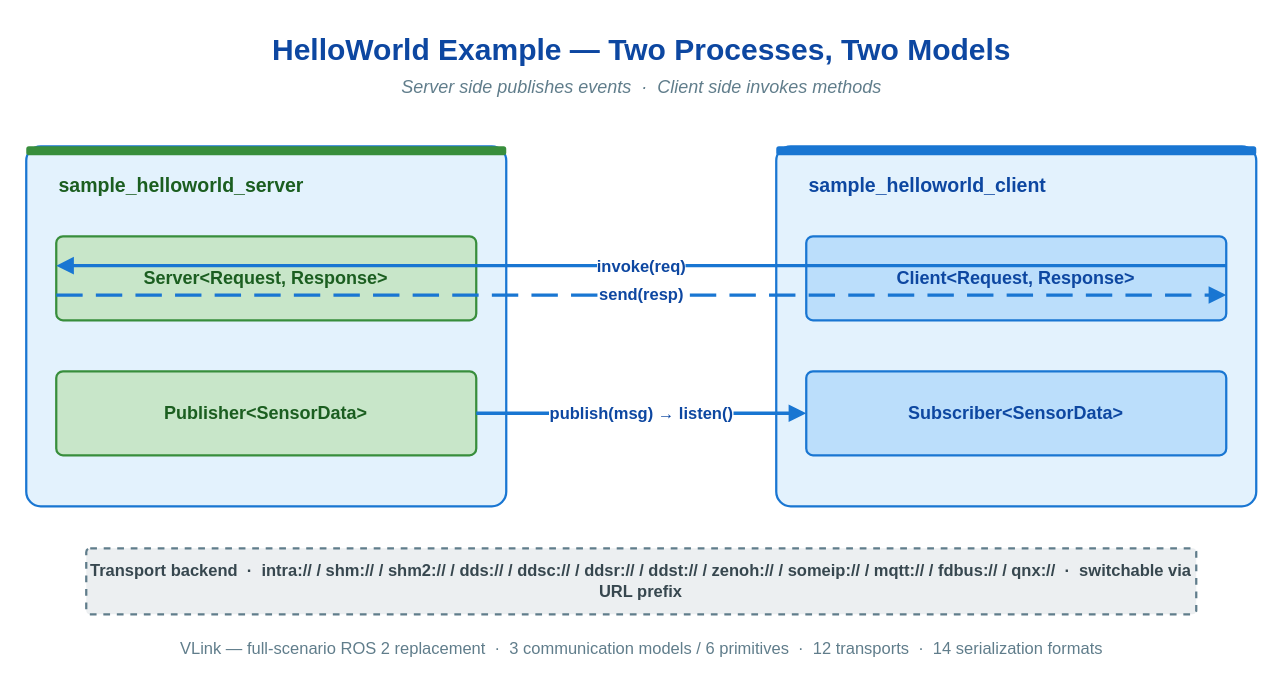
Earlier version of the draw.io diagram doc/images/helloworld-example-flow.drawio (thun-res/vlink). Source tidied: cells renumbered, new cells numbered last; positions are measured from the earlier drawing's top-left corner, leaving out a move shared by most shapes. Both pictures are drawn from the tidied source at 150%, with x=0, y=0 at pixel (26, 26).
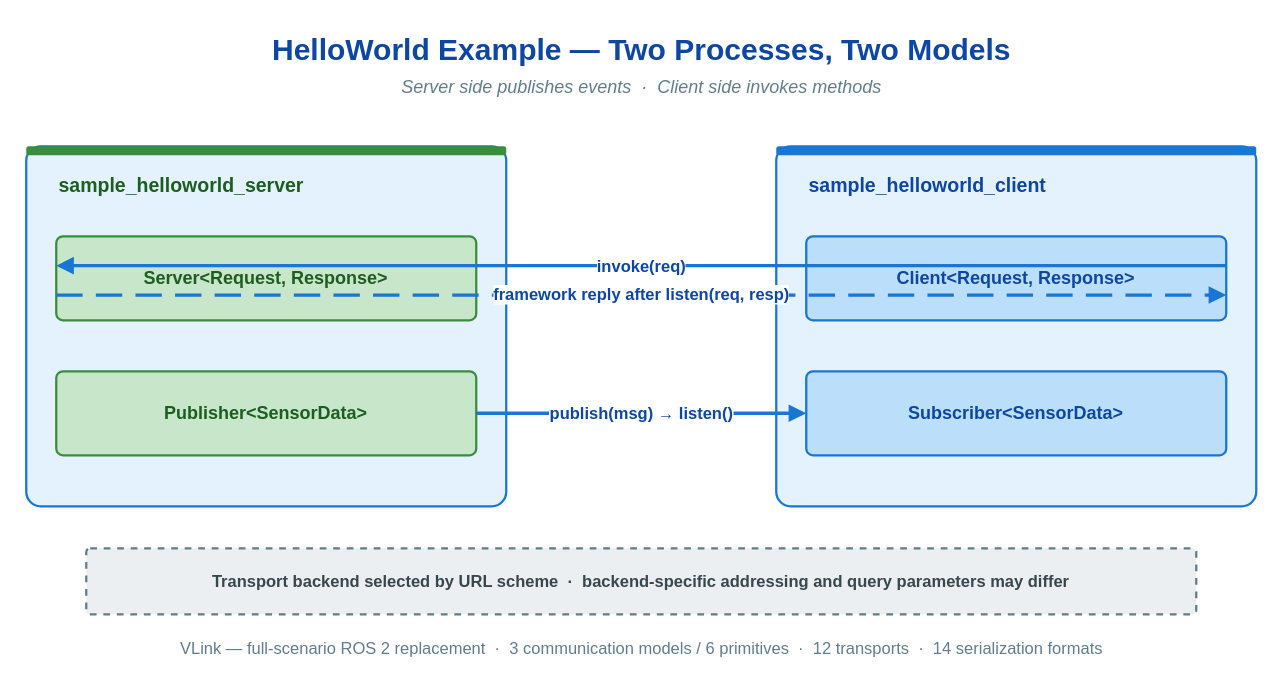
The same diagram, later.

Change to the diagram source:
```diff
@@
 <mxGraphModel>
   <root>
     <mxCell id="0" />
     <mxCell id="1" parent="0" />
     <mxCell id="2" value="HelloWorld Example — Two Processes, Two Models" style="text;html=1;align=center;verticalAlign=middle;strokeColor=none;fillColor=none;fontFamily=Helvetica;fontSize=20;fontStyle=1;fontColor=#0d47a1;rounded=1;shadow=0;" parent="1" vertex="1">
       <mxGeometry width="820" height="30" as="geometry" />
     </mxCell>
     <mxCell id="3" value="Server side publishes events  ·  Client side invokes methods" style="text;html=1;align=center;verticalAlign=middle;strokeColor=none;fillColor=none;fontFamily=Helvetica;fontSize=12;fontStyle=2;fontColor=#607d8b;rounded=1;shadow=0;" parent="1" vertex="1">
       <mxGeometry y="30" width="820" height="22" as="geometry" />
     </mxCell>
     <mxCell id="4" style="rounded=1;whiteSpace=wrap;html=1;fillColor=#e3f2fd;strokeColor=#1976d2;strokeWidth=1.5;arcSize=4;fontFamily=Helvetica;shadow=0;" parent="1" vertex="1">
       <mxGeometry y="80" width="320" height="240" as="geometry" />
     </mxCell>
     <mxCell id="5" style="rounded=1;whiteSpace=wrap;html=1;fillColor=#388e3c;strokeColor=none;arcSize=30;fontFamily=Helvetica;shadow=0;" parent="1" vertex="1">
       <mxGeometry y="80" width="320" height="6" as="geometry" />
     </mxCell>
     <mxCell id="6" value="sample_helloworld_server" style="text;html=1;align=left;verticalAlign=middle;strokeColor=none;fillColor=none;fontFamily=Helvetica;fontSize=13;fontStyle=1;fontColor=#1b5e20;rounded=1;shadow=0;" parent="1" vertex="1">
       <mxGeometry x="20" y="94" width="300" height="24" as="geometry" />
     </mxCell>
     <mxCell id="7" value="&lt;b&gt;Server&amp;lt;Request, Response&amp;gt;&lt;/b&gt;" style="rounded=1;whiteSpace=wrap;html=1;fillColor=#c8e6c9;strokeColor=#388e3c;strokeWidth=1.5;fontFamily=Helvetica;fontSize=12;fontStyle=1;fontColor=#1b5e20;arcSize=8;shadow=0;" parent="1" vertex="1">
       <mxGeometry x="20" y="140" width="280" height="56" as="geometry" />
     </mxCell>
     <mxCell id="8" value="&lt;b&gt;Publisher&amp;lt;SensorData&amp;gt;&lt;/b&gt;" style="rounded=1;whiteSpace=wrap;html=1;fillColor=#c8e6c9;strokeColor=#388e3c;strokeWidth=1.5;fontFamily=Helvetica;fontSize=12;fontStyle=1;fontColor=#1b5e20;arcSize=8;shadow=0;" parent="1" vertex="1">
       <mxGeometry x="20" y="230" width="280" height="56" as="geometry" />
     </mxCell>
     <mxCell id="9" style="rounded=1;whiteSpace=wrap;html=1;fillColor=#e3f2fd;strokeColor=#1976d2;strokeWidth=1.5;arcSize=4;fontFamily=Helvetica;shadow=0;" parent="1" vertex="1">
       <mxGeometry x="500" y="80" width="320" height="240" as="geometry" />
     </mxCell>
     <mxCell id="10" style="rounded=1;whiteSpace=wrap;html=1;fillColor=#1976d2;strokeColor=none;arcSize=30;fontFamily=Helvetica;shadow=0;" parent="1" vertex="1">
       <mxGeometry x="500" y="80" width="320" height="6" as="geometry" />
     </mxCell>
     <mxCell id="11" value="sample_helloworld_client" style="text;html=1;align=left;verticalAlign=middle;strokeColor=none;fillColor=none;fontFamily=Helvetica;fontSize=13;fontStyle=1;fontColor=#0d47a1;rounded=1;shadow=0;" parent="1" vertex="1">
       <mxGeometry x="520" y="94" width="300" height="24" as="geometry" />
     </mxCell>
     <mxCell id="12" value="&lt;b&gt;Client&amp;lt;Request, Response&amp;gt;&lt;/b&gt;" style="rounded=1;whiteSpace=wrap;html=1;fillColor=#bbdefb;strokeColor=#1976d2;strokeWidth=1.5;fontFamily=Helvetica;fontSize=12;fontStyle=1;fontColor=#0d47a1;arcSize=8;shadow=0;" parent="1" vertex="1">
       <mxGeometry x="520" y="140" width="280" height="56" as="geometry" />
     </mxCell>
     <mxCell id="13" value="&lt;b&gt;Subscriber&amp;lt;SensorData&amp;gt;&lt;/b&gt;" style="rounded=1;whiteSpace=wrap;html=1;fillColor=#bbdefb;strokeColor=#1976d2;strokeWidth=1.5;fontFamily=Helvetica;fontSize=12;fontStyle=1;fontColor=#0d47a1;arcSize=8;shadow=0;" parent="1" vertex="1">
       <mxGeometry x="520" y="230" width="280" height="56" as="geometry" />
     </mxCell>
     <mxCell id="14" value="invoke(req)" style="endArrow=block;endFill=1;html=1;rounded=1;strokeWidth=2.2;strokeColor=#1976d2;fontFamily=Helvetica;fontSize=11;fontStyle=1;fontColor=#0d47a1;labelBackgroundColor=#ffffff;exitX=1;exitY=0.35;exitDx=0;exitDy=0;entryX=0;entryY=0.35;entryDx=0;entryDy=0;shadow=0;" parent="1" edge="1" source="12" target="7">
       <mxGeometry relative="1" as="geometry" />
     </mxCell>
-    <mxCell id="15" value="send(resp)" style="endArrow=block;endFill=1;html=1;rounded=1;strokeWidth=2.2;strokeColor=#1976d2;dashed=1;dashPattern=8 4;fontFamily=Helvetica;fontSize=11;fontStyle=1;fontColor=#0d47a1;labelBackgroundColor=#ffffff;exitX=0;exitY=0.7;exitDx=0;exitDy=0;entryX=1;entryY=0.7;entryDx=0;entryDy=0;shadow=0;" parent="1" edge="1" source="7" target="12">
+    <mxCell id="15" value="framework reply after listen(req, resp)" style="endArrow=block;endFill=1;html=1;rounded=1;strokeWidth=2.2;strokeColor=#1976d2;dashed=1;dashPattern=8 4;fontFamily=Helvetica;fontSize=11;fontStyle=1;fontColor=#0d47a1;labelBackgroundColor=#ffffff;exitX=0;exitY=0.7;exitDx=0;exitDy=0;entryX=1;entryY=0.7;entryDx=0;entryDy=0;shadow=0;" parent="1" edge="1" source="7" target="12">
       <mxGeometry relative="1" as="geometry" />
     </mxCell>
     <mxCell id="16" value="publish(msg) → listen()" style="endArrow=block;endFill=1;html=1;rounded=1;strokeWidth=2.2;strokeColor=#1976d2;fontFamily=Helvetica;fontSize=11;fontStyle=1;fontColor=#0d47a1;labelBackgroundColor=#ffffff;exitX=1;exitY=0.5;exitDx=0;exitDy=0;entryX=0;entryY=0.5;entryDx=0;entryDy=0;shadow=0;" parent="1" edge="1" source="8" target="13">
       <mxGeometry relative="1" as="geometry" />
     </mxCell>
-    <mxCell id="17" value="Transport backend  ·  intra:// / shm:// / shm2:// / dds:// / ddsc:// / ddsr:// / ddst:// / zenoh:// / someip:// / mqtt:// / fdbus:// / qnx://  ·  switchable via URL prefix" style="rounded=1;whiteSpace=wrap;html=1;fillColor=#eceff1;strokeColor=#607d8b;strokeWidth=1.5;fontFamily=Helvetica;fontSize=11;fontStyle=1;fontColor=#37474f;align=center;verticalAlign=middle;arcSize=6;dashed=1;shadow=0;" parent="1" vertex="1">
+    <mxCell id="17" value="Transport backend selected by URL scheme  ·  backend-specific addressing and query parameters may differ" style="rounded=1;whiteSpace=wrap;html=1;fillColor=#eceff1;strokeColor=#607d8b;strokeWidth=1.5;fontFamily=Helvetica;fontSize=11;fontStyle=1;fontColor=#37474f;align=center;verticalAlign=middle;arcSize=6;dashed=1;shadow=0;" parent="1" vertex="1">
       <mxGeometry x="40" y="348" width="740" height="44" as="geometry" />
     </mxCell>
     <mxCell id="18" value="VLink — full-scenario ROS 2 replacement  ·  3 communication models / 6 primitives  ·  12 transports  ·  14 serialization formats" style="text;html=1;align=center;verticalAlign=middle;strokeColor=none;fillColor=none;fontFamily=Helvetica;fontSize=11;fontStyle=0;fontColor=#607d8b;rounded=1;shadow=0;" parent="1" vertex="1">
       <mxGeometry y="404" width="820" height="22" as="geometry" />
     </mxCell>
   </root>
 </mxGraphModel>
```
